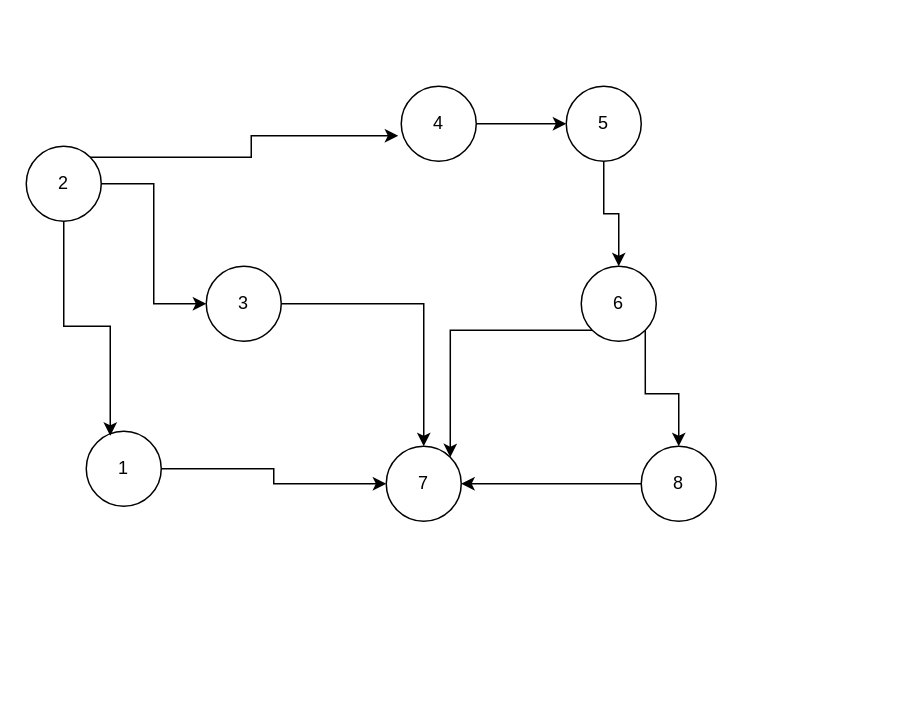
The draw.io diagram Arbol.drawio in Luchit0-afk/Diagramas, before the edit. Source tidied: cells renumbered, new cells numbered last; positions are measured from the earlier drawing's top-left corner, leaving out a move shared by most shapes. Both pictures are drawn from the tidied source at 150%, with x=0, y=0 at pixel (26, 86).
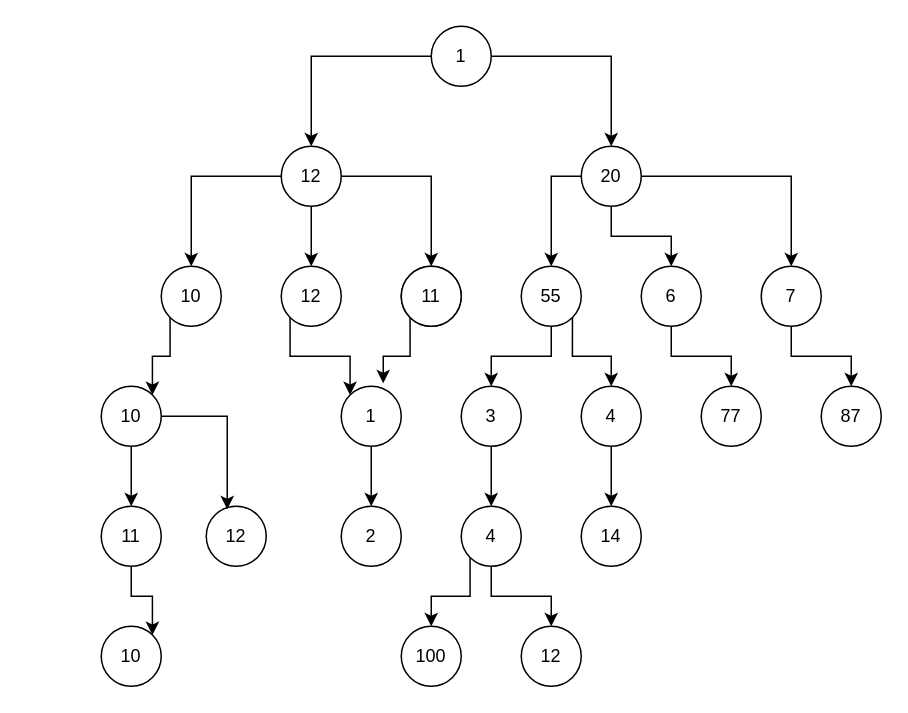
Above is the later version.

Diff of the diagram source:
```diff
@@
-    <mxCell id="2" style="edgeStyle=orthogonalEdgeStyle;rounded=0;jettySize=auto;html=1;exitX=1;exitY=0.5;exitDx=0;exitDy=0;entryX=0;entryY=0.5;entryDx=0;entryDy=0;" parent="1" edge="1" source="3" target="13">
-      <mxGeometry relative="1" as="geometry" />
-    </mxCell>
-    <mxCell id="3" value="4" style="ellipse;whiteSpace=wrap;html=1;" parent="1" vertex="1">
-      <mxGeometry x="250" width="50" height="50" as="geometry" />
-    </mxCell>
-    <mxCell id="4" style="edgeStyle=orthogonalEdgeStyle;rounded=0;jettySize=auto;html=1;exitX=0;exitY=1;exitDx=0;exitDy=0;entryX=1;entryY=0;entryDx=0;entryDy=0;" parent="1" edge="1" source="6" target="9">
-      <mxGeometry relative="1" as="geometry" />
-    </mxCell>
-    <mxCell id="5" style="edgeStyle=orthogonalEdgeStyle;rounded=0;jettySize=auto;html=1;exitX=1;exitY=1;exitDx=0;exitDy=0;" parent="1" edge="1" source="6" target="19">
-      <mxGeometry relative="1" as="geometry" />
-    </mxCell>
+    <mxCell id="20" style="edgeStyle=orthogonalEdgeStyle;rounded=0;jettySize=auto;html=1;exitX=0.5;exitY=1;exitDx=0;exitDy=0;entryX=0.5;entryY=0;entryDx=0;entryDy=0;" parent="1" edge="1" source="23" target="34">
+      <mxGeometry relative="1" as="geometry" />
+    </mxCell>
+    <mxCell id="21" style="edgeStyle=orthogonalEdgeStyle;rounded=0;jettySize=auto;html=1;exitX=0;exitY=0.5;exitDx=0;exitDy=0;entryX=0.5;entryY=0;entryDx=0;entryDy=0;" parent="1" edge="1" source="23" target="32">
+      <mxGeometry relative="1" as="geometry" />
+    </mxCell>
+    <mxCell id="22" style="edgeStyle=orthogonalEdgeStyle;rounded=0;jettySize=auto;html=1;exitX=1;exitY=0.5;exitDx=0;exitDy=0;" parent="1" edge="1" source="23" target="42">
+      <mxGeometry relative="1" as="geometry" />
+    </mxCell>
+    <mxCell id="23" value="12" style="ellipse;whiteSpace=wrap;html=1;" parent="1" vertex="1">
+      <mxGeometry x="170" y="40" width="40" height="40" as="geometry" />
+    </mxCell>
+    <mxCell id="24" style="edgeStyle=orthogonalEdgeStyle;rounded=0;jettySize=auto;html=1;exitX=0;exitY=0.5;exitDx=0;exitDy=0;" parent="1" edge="1" source="26" target="23">
+      <mxGeometry relative="1" as="geometry" />
+    </mxCell>
+    <mxCell id="25" style="edgeStyle=orthogonalEdgeStyle;rounded=0;jettySize=auto;html=1;exitX=1;exitY=0.5;exitDx=0;exitDy=0;entryX=0.5;entryY=0;entryDx=0;entryDy=0;" parent="1" edge="1" source="26" target="30">
+      <mxGeometry relative="1" as="geometry" />
+    </mxCell>
+    <mxCell id="26" value="1" style="ellipse;whiteSpace=wrap;html=1;" parent="1" vertex="1">
+      <mxGeometry x="270" y="-40" width="40" height="40" as="geometry" />
+    </mxCell>
+    <mxCell id="27" style="edgeStyle=orthogonalEdgeStyle;rounded=0;jettySize=auto;html=1;exitX=0;exitY=0.5;exitDx=0;exitDy=0;" parent="1" edge="1" source="30" target="38">
+      <mxGeometry relative="1" as="geometry" />
+    </mxCell>
+    <mxCell id="28" style="edgeStyle=orthogonalEdgeStyle;rounded=0;jettySize=auto;html=1;exitX=0.5;exitY=1;exitDx=0;exitDy=0;entryX=0.5;entryY=0;entryDx=0;entryDy=0;" parent="1" edge="1" source="30" target="6">
+      <mxGeometry relative="1" as="geometry" />
+    </mxCell>
+    <mxCell id="29" style="edgeStyle=orthogonalEdgeStyle;rounded=0;jettySize=auto;html=1;exitX=1;exitY=0.5;exitDx=0;exitDy=0;entryX=0.5;entryY=0;entryDx=0;entryDy=0;" parent="1" edge="1" source="30" target="9">
+      <mxGeometry relative="1" as="geometry" />
+    </mxCell>
+    <mxCell id="30" value="20" style="ellipse;whiteSpace=wrap;html=1;" parent="1" vertex="1">
+      <mxGeometry x="370" y="40" width="40" height="40" as="geometry" />
+    </mxCell>
+    <mxCell id="31" style="edgeStyle=orthogonalEdgeStyle;rounded=0;jettySize=auto;html=1;exitX=0;exitY=1;exitDx=0;exitDy=0;entryX=1;entryY=0;entryDx=0;entryDy=0;" parent="1" edge="1" source="32" target="48">
+      <mxGeometry relative="1" as="geometry" />
+    </mxCell>
+    <mxCell id="32" value="10" style="ellipse;whiteSpace=wrap;html=1;" parent="1" vertex="1">
+      <mxGeometry x="90" y="120" width="40" height="40" as="geometry" />
+    </mxCell>
+    <mxCell id="33" style="edgeStyle=orthogonalEdgeStyle;rounded=0;jettySize=auto;html=1;exitX=0;exitY=1;exitDx=0;exitDy=0;entryX=0;entryY=0;entryDx=0;entryDy=0;" parent="1" edge="1" source="34" target="44">
+      <mxGeometry relative="1" as="geometry" />
+    </mxCell>
+    <mxCell id="34" value="12" style="ellipse;whiteSpace=wrap;html=1;" parent="1" vertex="1">
+      <mxGeometry x="170" y="120" width="40" height="40" as="geometry" />
+    </mxCell>
+    <mxCell id="35" style="ellipse;whiteSpace=wrap;html=1;" parent="1" vertex="1">
+      <mxGeometry x="250" y="120" width="40" height="40" as="geometry" />
+    </mxCell>
+    <mxCell id="36" style="edgeStyle=orthogonalEdgeStyle;rounded=0;jettySize=auto;html=1;exitX=0.5;exitY=1;exitDx=0;exitDy=0;entryX=0.5;entryY=0;entryDx=0;entryDy=0;" parent="1" edge="1" source="38" target="8">
+      <mxGeometry relative="1" as="geometry" />
+    </mxCell>
+    <mxCell id="37" style="edgeStyle=orthogonalEdgeStyle;rounded=0;jettySize=auto;html=1;exitX=1;exitY=1;exitDx=0;exitDy=0;" parent="1" edge="1" source="38" target="51">
+      <mxGeometry relative="1" as="geometry" />
+    </mxCell>
+    <mxCell id="38" value="55" style="ellipse;whiteSpace=wrap;html=1;" parent="1" vertex="1">
+      <mxGeometry x="330" y="120" width="40" height="40" as="geometry" />
+    </mxCell>
+    <mxCell id="39" style="edgeStyle=orthogonalEdgeStyle;rounded=0;jettySize=auto;html=1;exitX=0.5;exitY=1;exitDx=0;exitDy=0;entryX=0.5;entryY=0;entryDx=0;entryDy=0;" parent="1" edge="1" source="6" target="52">
+      <mxGeometry relative="1" as="geometry" />
+    </mxCell>
     <mxCell id="6" value="6" style="ellipse;whiteSpace=wrap;html=1;" parent="1" vertex="1">
-      <mxGeometry x="370" y="120" width="50" height="50" as="geometry" />
+      <mxGeometry x="410" y="120" width="40" height="40" as="geometry" />
     </mxCell>
-    <mxCell id="7" style="edgeStyle=orthogonalEdgeStyle;rounded=0;jettySize=auto;html=1;exitX=1;exitY=0.5;exitDx=0;exitDy=0;" parent="1" edge="1" source="8" target="9">
-      <mxGeometry relative="1" as="geometry" />
-    </mxCell>
+    <mxCell id="40" style="edgeStyle=orthogonalEdgeStyle;rounded=0;jettySize=auto;html=1;exitX=0.5;exitY=1;exitDx=0;exitDy=0;entryX=0.5;entryY=0;entryDx=0;entryDy=0;" parent="1" edge="1" source="9" target="53">
+      <mxGeometry relative="1" as="geometry" />
+    </mxCell>
+    <mxCell id="9" value="7" style="ellipse;whiteSpace=wrap;html=1;" parent="1" vertex="1">
+      <mxGeometry x="490" y="120" width="40" height="40" as="geometry" />
+    </mxCell>
+    <mxCell id="41" style="edgeStyle=orthogonalEdgeStyle;rounded=0;jettySize=auto;html=1;exitX=0;exitY=1;exitDx=0;exitDy=0;entryX=0.7;entryY=-0.05;entryDx=0;entryDy=0;entryPerimeter=0;" parent="1" edge="1" source="42" target="44">
+      <mxGeometry relative="1" as="geometry" />
+    </mxCell>
+    <mxCell id="42" value="11" style="ellipse;whiteSpace=wrap;html=1;" parent="1" vertex="1">
+      <mxGeometry x="250" y="120" width="40" height="40" as="geometry" />
+    </mxCell>
+    <mxCell id="43" style="edgeStyle=orthogonalEdgeStyle;rounded=0;jettySize=auto;html=1;exitX=0.5;exitY=1;exitDx=0;exitDy=0;" parent="1" edge="1" source="44" target="17">
+      <mxGeometry relative="1" as="geometry" />
+    </mxCell>
+    <mxCell id="44" value="1" style="ellipse;whiteSpace=wrap;html=1;" parent="1" vertex="1">
+      <mxGeometry x="210" y="200" width="40" height="40" as="geometry" />
+    </mxCell>
+    <mxCell id="45" value="12" style="ellipse;whiteSpace=wrap;html=1;" parent="1" vertex="1">
+      <mxGeometry x="120" y="280" width="40" height="40" as="geometry" />
+    </mxCell>
+    <mxCell id="46" style="edgeStyle=orthogonalEdgeStyle;rounded=0;jettySize=auto;html=1;exitX=0.5;exitY=1;exitDx=0;exitDy=0;entryX=0.5;entryY=0;entryDx=0;entryDy=0;" parent="1" edge="1" source="48" target="60">
+      <mxGeometry relative="1" as="geometry" />
+    </mxCell>
+    <mxCell id="47" style="edgeStyle=orthogonalEdgeStyle;rounded=0;jettySize=auto;html=1;exitX=1;exitY=0.5;exitDx=0;exitDy=0;entryX=0.35;entryY=0.05;entryDx=0;entryDy=0;entryPerimeter=0;" parent="1" edge="1" source="48" target="45">
+      <mxGeometry relative="1" as="geometry" />
+    </mxCell>
+    <mxCell id="48" value="10" style="ellipse;whiteSpace=wrap;html=1;" parent="1" vertex="1">
+      <mxGeometry x="50" y="200" width="40" height="40" as="geometry" />
+    </mxCell>
+    <mxCell id="49" style="edgeStyle=orthogonalEdgeStyle;rounded=0;jettySize=auto;html=1;exitX=0.5;exitY=1;exitDx=0;exitDy=0;entryX=0.5;entryY=0;entryDx=0;entryDy=0;" parent="1" edge="1" source="8" target="57">
+      <mxGeometry relative="1" as="geometry" />
+    </mxCell>
     <mxCell id="8" value="3" style="ellipse;whiteSpace=wrap;html=1;" parent="1" vertex="1">
-      <mxGeometry x="120" y="120" width="50" height="50" as="geometry" />
+      <mxGeometry x="290" y="200" width="40" height="40" as="geometry" />
     </mxCell>
-    <mxCell id="9" value="7" style="ellipse;whiteSpace=wrap;html=1;" parent="1" vertex="1">
-      <mxGeometry x="240" y="240" width="50" height="50" as="geometry" />
-    </mxCell>
-    <mxCell id="10" style="edgeStyle=orthogonalEdgeStyle;rounded=0;jettySize=auto;html=1;exitX=1;exitY=0.5;exitDx=0;exitDy=0;" parent="1" edge="1" source="11" target="9">
-      <mxGeometry relative="1" as="geometry" />
-    </mxCell>
-    <mxCell id="11" value="1" style="ellipse;whiteSpace=wrap;html=1;" parent="1" vertex="1">
-      <mxGeometry x="40" y="230" width="50" height="50" as="geometry" />
-    </mxCell>
-    <mxCell id="12" style="edgeStyle=orthogonalEdgeStyle;rounded=0;jettySize=auto;html=1;exitX=0.5;exitY=1;exitDx=0;exitDy=0;entryX=0.5;entryY=0;entryDx=0;entryDy=0;" parent="1" edge="1" source="13" target="6">
-      <mxGeometry relative="1" as="geometry" />
-    </mxCell>
-    <mxCell id="13" value="5" style="ellipse;whiteSpace=wrap;html=1;" parent="1" vertex="1">
-      <mxGeometry x="360" width="50" height="50" as="geometry" />
-    </mxCell>
-    <mxCell id="14" style="edgeStyle=orthogonalEdgeStyle;rounded=0;jettySize=auto;html=1;exitX=0.5;exitY=1;exitDx=0;exitDy=0;entryX=0.32;entryY=0.06;entryDx=0;entryDy=0;entryPerimeter=0;" parent="1" edge="1" source="17" target="11">
-      <mxGeometry relative="1" as="geometry" />
-    </mxCell>
-    <mxCell id="15" style="edgeStyle=orthogonalEdgeStyle;rounded=0;jettySize=auto;html=1;exitX=1;exitY=0.5;exitDx=0;exitDy=0;entryX=0;entryY=0.5;entryDx=0;entryDy=0;" parent="1" edge="1" source="17" target="8">
-      <mxGeometry relative="1" as="geometry" />
-    </mxCell>
-    <mxCell id="16" style="edgeStyle=orthogonalEdgeStyle;rounded=0;jettySize=auto;html=1;exitX=1;exitY=0;exitDx=0;exitDy=0;entryX=-0.04;entryY=0.66;entryDx=0;entryDy=0;entryPerimeter=0;" parent="1" edge="1" source="17" target="3">
-      <mxGeometry relative="1" as="geometry" />
-    </mxCell>
+    <mxCell id="50" style="edgeStyle=orthogonalEdgeStyle;rounded=0;jettySize=auto;html=1;exitX=0.5;exitY=1;exitDx=0;exitDy=0;entryX=0.5;entryY=0;entryDx=0;entryDy=0;" parent="1" edge="1" source="51" target="54">
+      <mxGeometry relative="1" as="geometry" />
+    </mxCell>
+    <mxCell id="51" value="4" style="ellipse;whiteSpace=wrap;html=1;" parent="1" vertex="1">
+      <mxGeometry x="370" y="200" width="40" height="40" as="geometry" />
+    </mxCell>
+    <mxCell id="52" value="77" style="ellipse;whiteSpace=wrap;html=1;" parent="1" vertex="1">
+      <mxGeometry x="450" y="200" width="40" height="40" as="geometry" />
+    </mxCell>
+    <mxCell id="53" value="87" style="ellipse;whiteSpace=wrap;html=1;" parent="1" vertex="1">
+      <mxGeometry x="530" y="200" width="40" height="40" as="geometry" />
+    </mxCell>
+    <mxCell id="54" value="14" style="ellipse;whiteSpace=wrap;html=1;" parent="1" vertex="1">
+      <mxGeometry x="370" y="280" width="40" height="40" as="geometry" />
+    </mxCell>
+    <mxCell id="55" style="edgeStyle=orthogonalEdgeStyle;rounded=0;jettySize=auto;html=1;exitX=0.5;exitY=1;exitDx=0;exitDy=0;" parent="1" edge="1" source="57" target="62">
+      <mxGeometry relative="1" as="geometry" />
+    </mxCell>
+    <mxCell id="56" style="edgeStyle=orthogonalEdgeStyle;rounded=0;jettySize=auto;html=1;exitX=0;exitY=1;exitDx=0;exitDy=0;entryX=0.5;entryY=0;entryDx=0;entryDy=0;" parent="1" edge="1" source="57" target="61">
+      <mxGeometry relative="1" as="geometry" />
+    </mxCell>
+    <mxCell id="57" value="4" style="ellipse;whiteSpace=wrap;html=1;" parent="1" vertex="1">
+      <mxGeometry x="290" y="280" width="40" height="40" as="geometry" />
+    </mxCell>
     <mxCell id="17" value="2" style="ellipse;whiteSpace=wrap;html=1;" parent="1" vertex="1">
-      <mxGeometry y="40" width="50" height="50" as="geometry" />
+      <mxGeometry x="210" y="280" width="40" height="40" as="geometry" />
     </mxCell>
-    <mxCell id="18" style="edgeStyle=orthogonalEdgeStyle;rounded=0;jettySize=auto;html=1;exitX=0;exitY=0.5;exitDx=0;exitDy=0;entryX=1;entryY=0.5;entryDx=0;entryDy=0;" parent="1" edge="1" source="19" target="9">
-      <mxGeometry relative="1" as="geometry" />
-    </mxCell>
-    <mxCell id="19" value="8" style="ellipse;whiteSpace=wrap;html=1;" parent="1" vertex="1">
-      <mxGeometry x="410" y="240" width="50" height="50" as="geometry" />
-    </mxCell>
+    <mxCell id="58" value="10" style="ellipse;whiteSpace=wrap;html=1;" parent="1" vertex="1">
+      <mxGeometry x="50" y="360" width="40" height="40" as="geometry" />
+    </mxCell>
+    <mxCell id="59" style="edgeStyle=orthogonalEdgeStyle;rounded=0;jettySize=auto;html=1;exitX=0.5;exitY=1;exitDx=0;exitDy=0;entryX=1;entryY=0;entryDx=0;entryDy=0;" parent="1" edge="1" source="60" target="58">
+      <mxGeometry relative="1" as="geometry" />
+    </mxCell>
+    <mxCell id="60" value="11" style="ellipse;whiteSpace=wrap;html=1;" parent="1" vertex="1">
+      <mxGeometry x="50" y="280" width="40" height="40" as="geometry" />
+    </mxCell>
+    <mxCell id="61" value="100" style="ellipse;whiteSpace=wrap;html=1;" parent="1" vertex="1">
+      <mxGeometry x="250" y="360" width="40" height="40" as="geometry" />
+    </mxCell>
+    <mxCell id="62" value="12" style="ellipse;whiteSpace=wrap;html=1;" parent="1" vertex="1">
+      <mxGeometry x="330" y="360" width="40" height="40" as="geometry" />
+    </mxCell>
```
